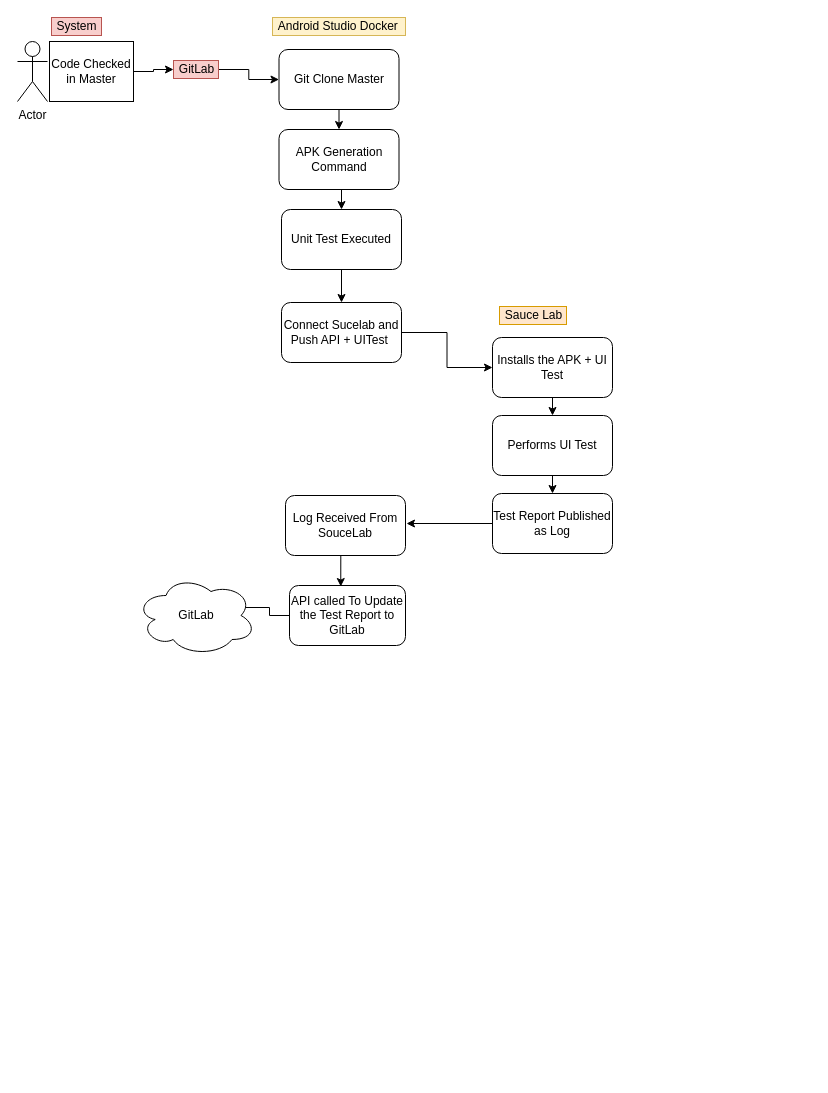
The draw.io diagram page "CI/CD" (6 of 6) of MyKnowledgeBoard.drawio in smkcoder/BuildingConversationalExp, before the edit. Source tidied: cells renumbered, new cells numbered last; positions are measured from the earlier drawing's top-left corner, leaving out a move shared by most shapes. Both pictures are drawn from the tidied source at 100%, with x=0, y=0 at pixel (17, 17).
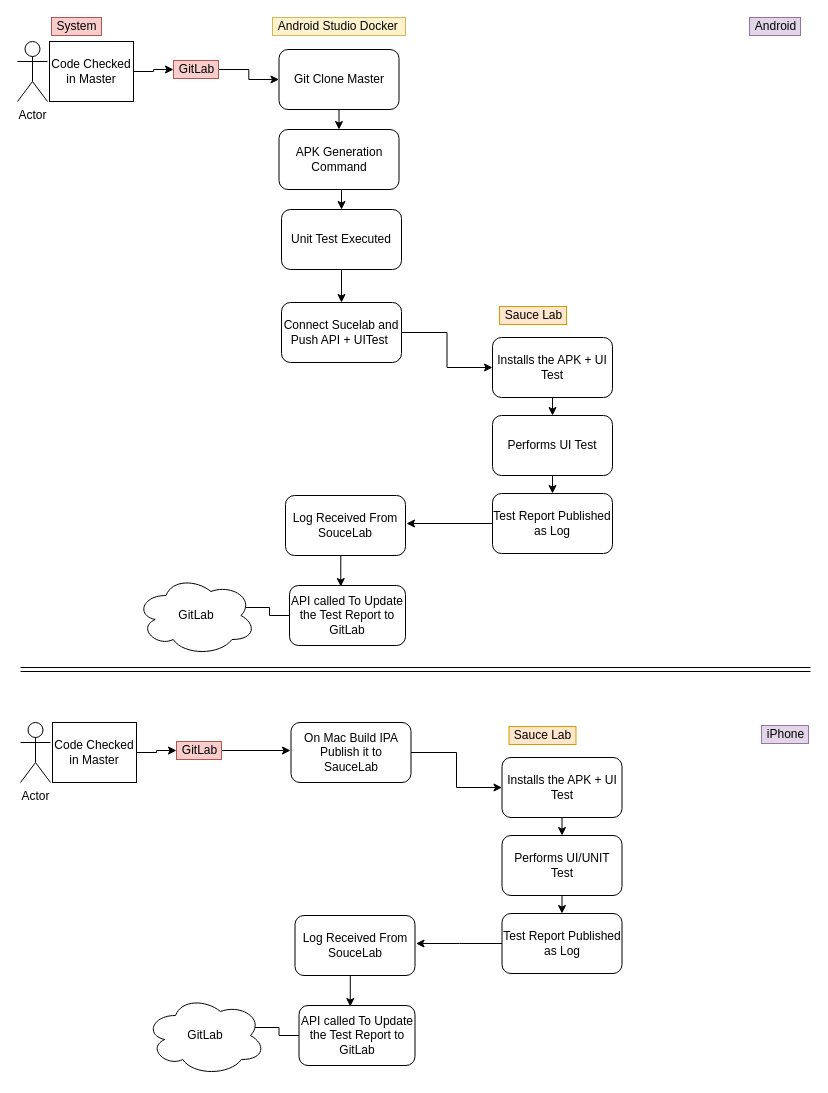
The same diagram, later.

Diff of the diagram source:
```diff
@@
+    <mxCell id="29" style="edgeStyle=orthogonalEdgeStyle;rounded=0;jettySize=auto;html=1;entryX=0;entryY=0.5;entryDx=0;entryDy=0;" parent="1" edge="1" source="30" target="33">
+      <mxGeometry relative="1" as="geometry" />
+    </mxCell>
+    <mxCell id="30" value="On Mac Build IPA&lt;br&gt;Publish it to SauceLab" style="rounded=1;whiteSpace=wrap;html=1;" parent="1" vertex="1">
+      <mxGeometry x="273.5" y="705" width="120" height="60" as="geometry" />
+    </mxCell>
+    <mxCell id="31" value="Sauce Lab" style="text;html=1;align=center;verticalAlign=middle;fillColor=#ffe6cc;strokeColor=#d79b00;" parent="1" vertex="1">
+      <mxGeometry x="491.5" y="709" width="67" height="18" as="geometry" />
+    </mxCell>
+    <mxCell id="32" style="edgeStyle=orthogonalEdgeStyle;rounded=0;jettySize=auto;html=1;exitX=0.5;exitY=1;exitDx=0;exitDy=0;entryX=0.5;entryY=0;entryDx=0;entryDy=0;" parent="1" edge="1" source="33" target="35">
+      <mxGeometry relative="1" as="geometry" />
+    </mxCell>
+    <mxCell id="33" value="Installs the APK + UI Test" style="rounded=1;whiteSpace=wrap;html=1;" parent="1" vertex="1">
+      <mxGeometry x="484.5" y="740" width="120" height="60" as="geometry" />
+    </mxCell>
+    <mxCell id="34" style="edgeStyle=orthogonalEdgeStyle;rounded=0;jettySize=auto;html=1;exitX=0.5;exitY=1;exitDx=0;exitDy=0;entryX=0.5;entryY=0;entryDx=0;entryDy=0;" parent="1" edge="1" source="35" target="37">
+      <mxGeometry relative="1" as="geometry" />
+    </mxCell>
+    <mxCell id="35" value="Performs UI/UNIT Test" style="rounded=1;whiteSpace=wrap;html=1;" parent="1" vertex="1">
+      <mxGeometry x="484.5" y="818" width="120" height="60" as="geometry" />
+    </mxCell>
+    <mxCell id="36" style="edgeStyle=orthogonalEdgeStyle;rounded=0;jettySize=auto;html=1;" parent="1" edge="1" source="37">
+      <mxGeometry relative="1" as="geometry">
+        <mxPoint x="398.5" y="926" as="targetPoint" />
+      </mxGeometry>
+    </mxCell>
+    <mxCell id="37" value="Test Report Published as Log" style="rounded=1;whiteSpace=wrap;html=1;" parent="1" vertex="1">
+      <mxGeometry x="484.5" y="896" width="120" height="60" as="geometry" />
+    </mxCell>
+    <mxCell id="38" style="edgeStyle=orthogonalEdgeStyle;rounded=0;jettySize=auto;html=1;exitX=0.5;exitY=1;exitDx=0;exitDy=0;entryX=0.442;entryY=0.017;entryDx=0;entryDy=0;entryPerimeter=0;" parent="1" edge="1" source="39" target="41">
+      <mxGeometry relative="1" as="geometry" />
+    </mxCell>
+    <mxCell id="39" value="Log Received From SouceLab" style="rounded=1;whiteSpace=wrap;html=1;" parent="1" vertex="1">
+      <mxGeometry x="277.5" y="898" width="120" height="60" as="geometry" />
+    </mxCell>
+    <mxCell id="40" style="edgeStyle=orthogonalEdgeStyle;rounded=0;jettySize=auto;html=1;entryX=0.07;entryY=0.4;entryDx=0;entryDy=0;entryPerimeter=0;" parent="1" edge="1" source="41" target="42">
+      <mxGeometry relative="1" as="geometry" />
+    </mxCell>
+    <mxCell id="41" value="API called To Update the Test Report to GitLab" style="rounded=1;whiteSpace=wrap;html=1;" parent="1" vertex="1">
+      <mxGeometry x="281.5" y="988" width="116" height="60" as="geometry" />
+    </mxCell>
+    <mxCell id="42" value="GitLab" style="ellipse;shape=cloud;whiteSpace=wrap;html=1;" parent="1" vertex="1">
+      <mxGeometry x="128" y="978" width="120" height="80" as="geometry" />
+    </mxCell>
+    <mxCell id="43" style="edgeStyle=orthogonalEdgeStyle;rounded=0;jettySize=auto;html=1;entryX=0;entryY=0.5;entryDx=0;entryDy=0;" parent="1" edge="1" source="46">
+      <mxGeometry relative="1" as="geometry">
+        <mxPoint x="273" y="733" as="targetPoint" />
+      </mxGeometry>
+    </mxCell>
+    <mxCell id="44" value="Code Checked in Master" style="rounded=0;whiteSpace=wrap;html=1;" parent="1" vertex="1">
+      <mxGeometry x="35" y="705" width="84" height="60" as="geometry" />
+    </mxCell>
+    <mxCell id="45" value="Actor" style="shape=umlActor;verticalLabelPosition=bottom;labelBackgroundColor=#ffffff;verticalAlign=top;html=1;" parent="1" vertex="1">
+      <mxGeometry x="3" y="705" width="30" height="60" as="geometry" />
+    </mxCell>
+    <mxCell id="46" value="GitLab" style="text;html=1;align=center;verticalAlign=middle;points=[];fillColor=#f8cecc;strokeColor=#b85450;" parent="1" vertex="1">
+      <mxGeometry x="159" y="724" width="45" height="18" as="geometry" />
+    </mxCell>
+    <mxCell id="47" style="edgeStyle=orthogonalEdgeStyle;rounded=0;jettySize=auto;html=1;entryX=0;entryY=0.5;entryDx=0;entryDy=0;" parent="1" edge="1" source="44" target="46">
+      <mxGeometry relative="1" as="geometry" />
+    </mxCell>
+    <mxCell id="48" style="shape=link;html=1;" parent="1" edge="1">
+      <mxGeometry relative="1" as="geometry">
+        <mxPoint x="3" y="652" as="sourcePoint" />
+        <mxPoint x="793" y="652" as="targetPoint" />
+      </mxGeometry>
+    </mxCell>
+    <mxCell id="49" value="iPhone" style="text;html=1;align=center;verticalAlign=middle;fillColor=#e1d5e7;strokeColor=#9673a6;" parent="1" vertex="1">
+      <mxGeometry x="744" y="708" width="47" height="18" as="geometry" />
+    </mxCell>
+    <mxCell id="50" value="Android" style="text;html=1;align=center;verticalAlign=middle;fillColor=#e1d5e7;strokeColor=#9673a6;" parent="1" vertex="1">
+      <mxGeometry x="732" width="51" height="18" as="geometry" />
+    </mxCell>
```
